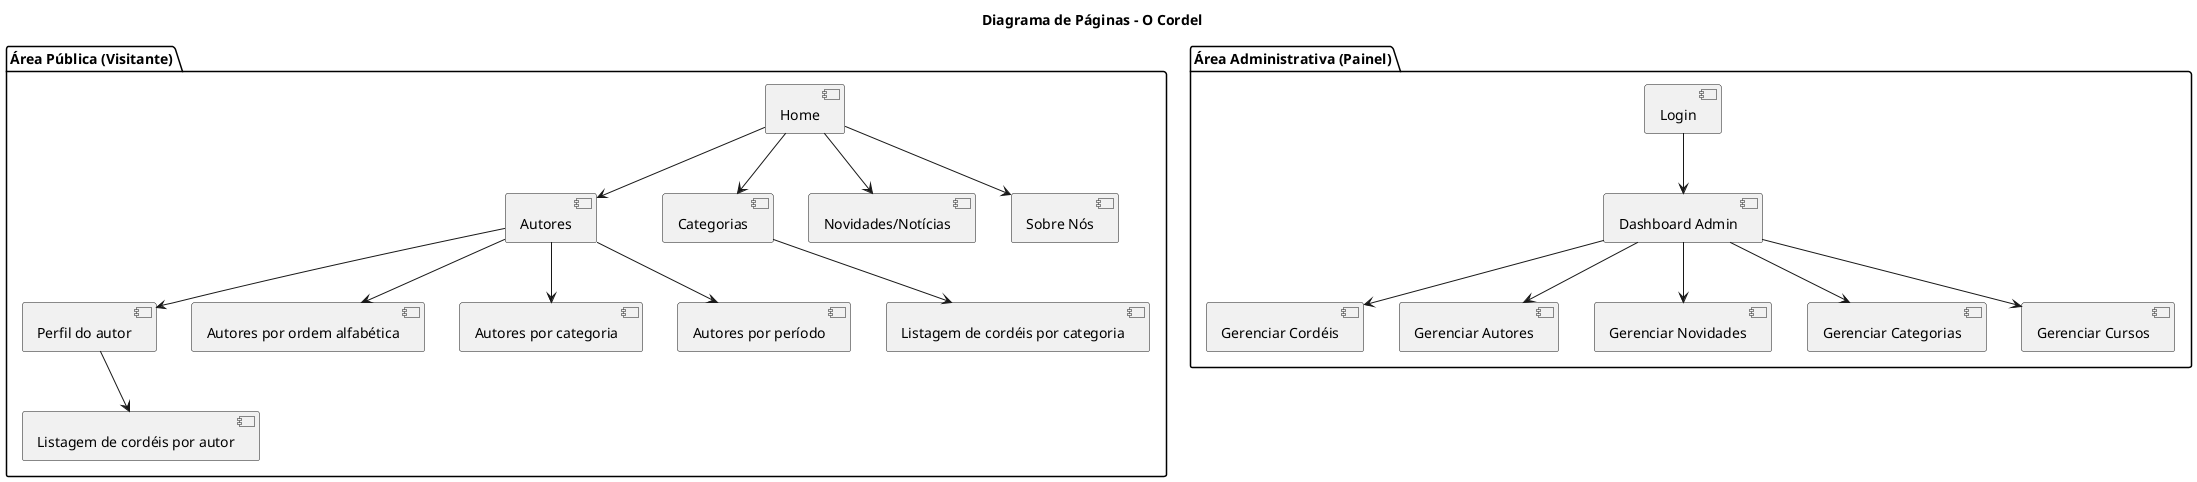
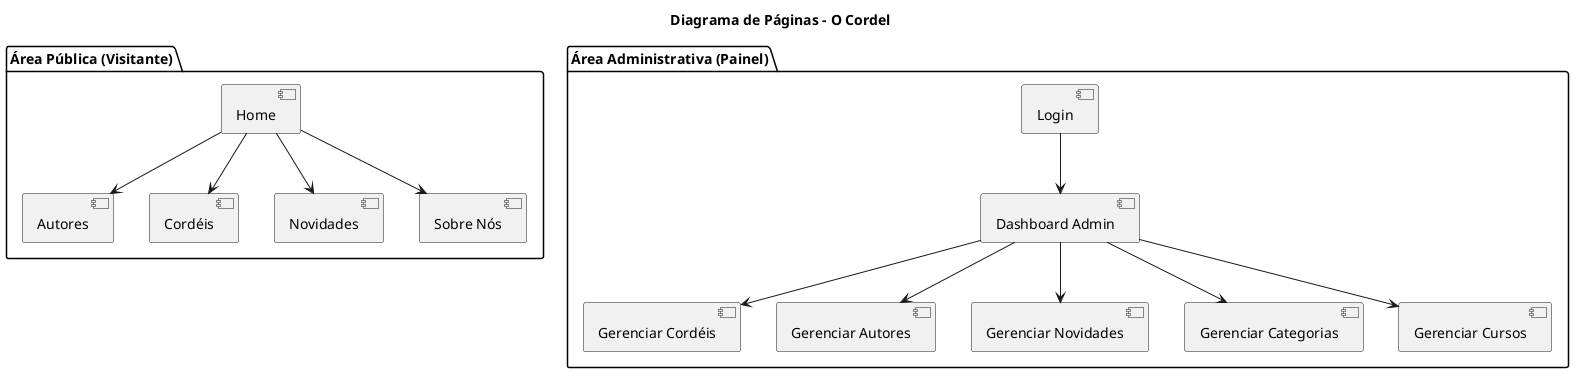
@startuml

title Diagrama de Páginas - O Cordel

package "Área Pública (Visitante)" {
    [Home] --> [Autores]
-     [Home] --> [Categorias]
-     [Home] --> [Novidades/Notícias]
+     [Home] --> [Cordéis]
+     [Home] --> [Novidades]
    [Home] --> [Sobre Nós]
- 
-     [Categorias] --> [Listagem de cordéis por categoria]
-     [Autores] --> [Perfil do autor]
-     [Perfil do autor] --> [Listagem de cordéis por autor]
-     [Autores] --> [Autores por ordem alfabética]
-     [Autores] --> [Autores por categoria]
-     [Autores] --> [Autores por período]
}

package "Área Administrativa (Painel)" {
    [Login] --> [Dashboard Admin]
    [Dashboard Admin] --> [Gerenciar Cordéis]
    [Dashboard Admin] --> [Gerenciar Autores]
    [Dashboard Admin] --> [Gerenciar Novidades]
    [Dashboard Admin] --> [Gerenciar Categorias]
    [Dashboard Admin] --> [Gerenciar Cursos]
}

- @enduml+ @enduml
